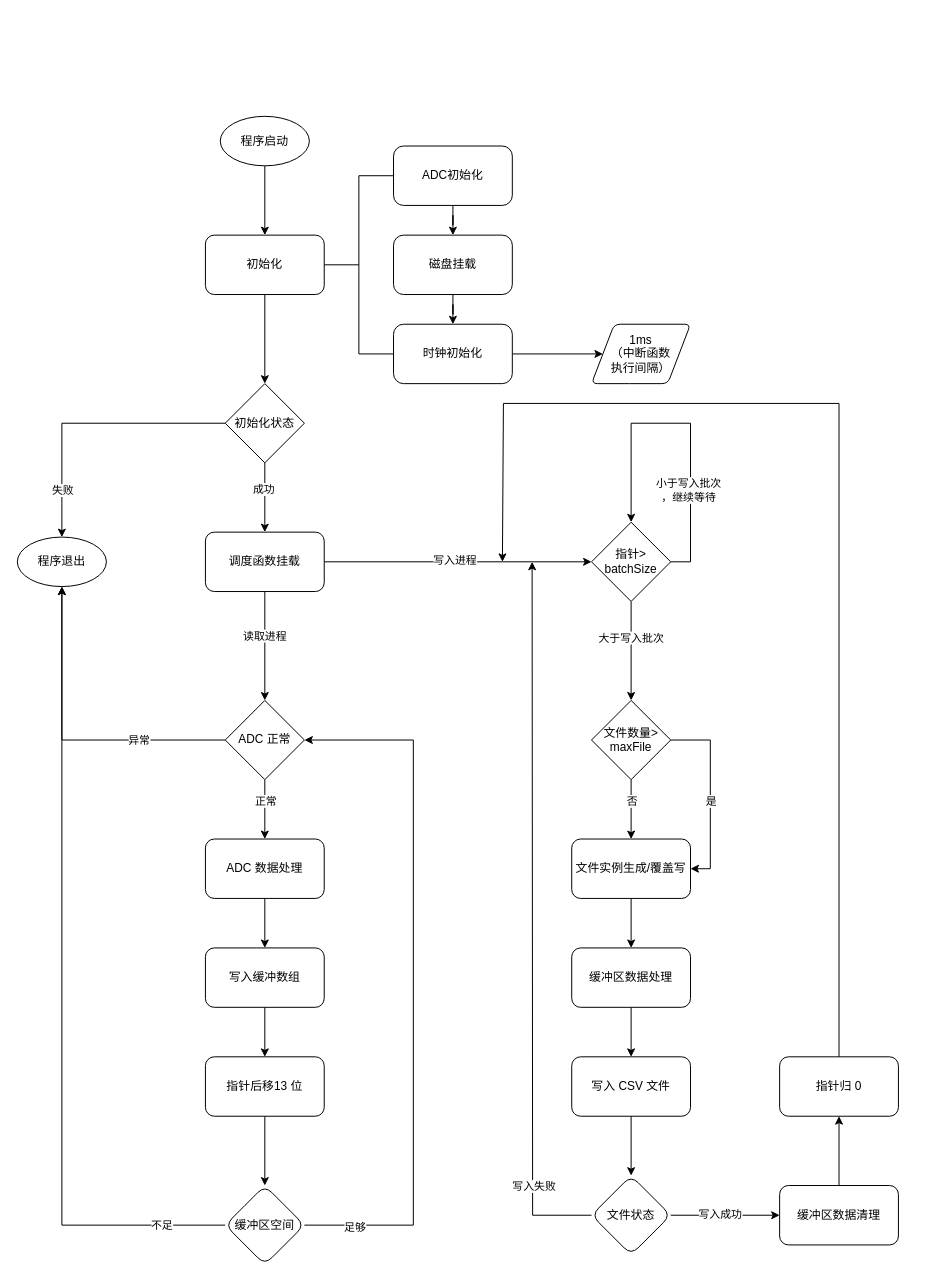
The draw.io diagram ADC 采样流程图.drawio in huhupush/huhupush, before the edit. Source tidied: cells renumbered, new cells numbered last; positions are measured from the earlier drawing's top-left corner, leaving out a move shared by most shapes. Both pictures are drawn from the tidied source at 99%, with x=0, y=0 at pixel (17, 116).
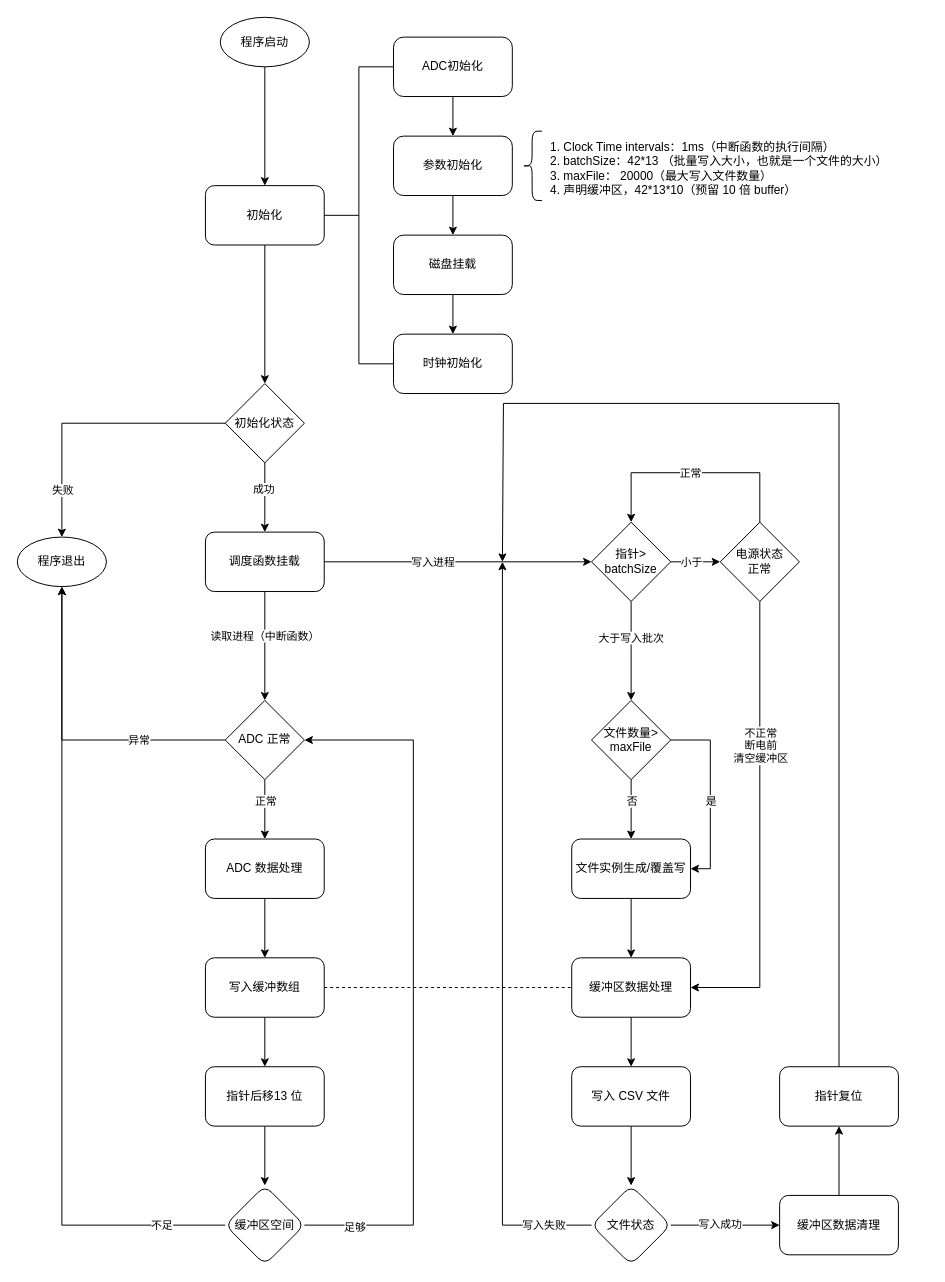
Above is the later version.

Commit message (it also covers changes not shown here):
更新ADC 采样流程图.drawio

Unchanged cells that the change refers to:
```xml
<mxCell id="10" value="磁盘挂载" style="rounded=1;whiteSpace=wrap;html=1;arcSize=17;" parent="1" vertex="1">
  <mxGeometry x="380" y="120" width="120" height="60" as="geometry" />
</mxCell>
<mxCell id="18" style="edgeStyle=orthogonalEdgeStyle;rounded=0;jettySize=auto;html=1;" parent="1" edge="1" source="22">
  <mxGeometry relative="1" as="geometry">
    <mxPoint x="580" y="450" as="targetPoint" />
  </mxGeometry>
</mxCell>
<mxCell id="20" style="edgeStyle=orthogonalEdgeStyle;rounded=0;jettySize=auto;html=1;entryX=0.5;entryY=0;entryDx=0;entryDy=0;" parent="1" edge="1" source="22" target="28">
  <mxGeometry relative="1" as="geometry" />
</mxCell>
<mxCell id="45" value="指针&amp;gt;&lt;br&gt;batchSize" style="rhombus;whiteSpace=wrap;html=1;" parent="1" vertex="1">
  <mxGeometry x="580" y="410" width="80" height="80" as="geometry" />
</mxCell>
```

Change to the diagram source:
```diff
@@
     <mxCell id="3" value="程序启动" style="ellipse;whiteSpace=wrap;html=1;" parent="1" vertex="1">
-      <mxGeometry x="205" width="90" height="50" as="geometry" />
+      <mxGeometry x="205" y="-100" width="90" height="50" as="geometry" />
     </mxCell>
@@
     <mxCell id="5" value="初始化" style="rounded=1;whiteSpace=wrap;html=1;" parent="1" vertex="1">
-      <mxGeometry x="190" y="120" width="120" height="60" as="geometry" />
+      <mxGeometry x="190" y="70" width="120" height="60" as="geometry" />
     </mxCell>
     <mxCell id="6" style="strokeWidth=1;html=1;shape=mxgraph.flowchart.annotation_2;align=left;labelPosition=right;" parent="1" vertex="1">
-      <mxGeometry x="310" y="60" width="70" height="180" as="geometry" />
+      <mxGeometry x="310" y="-50" width="70" height="300" as="geometry" />
     </mxCell>
-    <mxCell id="7" style="edgeStyle=orthogonalEdgeStyle;rounded=0;jettySize=auto;html=1;" parent="1" edge="1" source="8" target="10">
-      <mxGeometry relative="1" as="geometry" />
-    </mxCell>
+    <mxCell id="66" style="edgeStyle=orthogonalEdgeStyle;rounded=0;jettySize=auto;html=1;exitX=0.5;exitY=1;exitDx=0;exitDy=0;entryX=0.5;entryY=0;entryDx=0;entryDy=0;" parent="1" edge="1" source="8" target="71">
+      <mxGeometry relative="1" as="geometry" />
+    </mxCell>
     <mxCell id="8" value="ADC初始化" style="rounded=1;whiteSpace=wrap;html=1;arcSize=17;" parent="1" vertex="1">
-      <mxGeometry x="380" y="30" width="120" height="60" as="geometry" />
+      <mxGeometry x="380" y="-80" width="120" height="60" as="geometry" />
     </mxCell>
-    <mxCell id="9" style="edgeStyle=orthogonalEdgeStyle;rounded=0;jettySize=auto;html=1;" parent="1" edge="1" source="10" target="12">
+    <mxCell id="9" style="edgeStyle=orthogonalEdgeStyle;rounded=0;jettySize=auto;html=1;exitX=0.5;exitY=1;exitDx=0;exitDy=0;entryX=0.5;entryY=0;entryDx=0;entryDy=0;" parent="1" edge="1" source="10" target="12">
       <mxGeometry relative="1" as="geometry" />
     </mxCell>
@@
-    <mxCell id="11" style="edgeStyle=orthogonalEdgeStyle;rounded=0;jettySize=auto;html=1;" parent="1" edge="1" source="12" target="40">
-      <mxGeometry relative="1" as="geometry" />
-    </mxCell>
-    <mxCell id="12" value="时钟初始化" style="rounded=1;whiteSpace=wrap;html=1;arcSize=17;" parent="1" vertex="1">
-      <mxGeometry x="380" y="210" width="120" height="60" as="geometry" />
+    <mxCell id="12" value="时钟初始化&lt;br&gt;" style="rounded=1;whiteSpace=wrap;html=1;arcSize=17;" parent="1" vertex="1">
+      <mxGeometry x="380" y="220" width="120" height="60" as="geometry" />
     </mxCell>
@@
     <mxCell id="19" value="写入进程" style="edgeLabel;html=1;align=center;verticalAlign=middle;" parent="18" vertex="1">
-      <mxGeometry x="-0.03" y="2" relative="1" as="geometry" />
+      <mxGeometry x="-0.03" y="2" relative="1" as="geometry">
+        <mxPoint x="-22" y="2" as="offset" />
+      </mxGeometry>
     </mxCell>
@@
-    <mxCell id="21" value="读取进程" style="edgeLabel;html=1;align=center;verticalAlign=middle;" parent="20" vertex="1">
+    <mxCell id="21" value="读取进程（中断函数）" style="edgeLabel;html=1;align=center;verticalAlign=middle;" parent="20" vertex="1">
       <mxGeometry x="-0.2" y="-1" relative="1" as="geometry" />
     </mxCell>
@@
     <mxCell id="32" value="指针后移13 位" style="whiteSpace=wrap;html=1;rounded=1;" parent="1" vertex="1">
-      <mxGeometry x="190" y="950" width="120" height="60" as="geometry" />
+      <mxGeometry x="190" y="960" width="120" height="60" as="geometry" />
     </mxCell>
@@
+    <mxCell id="67" style="edgeStyle=orthogonalEdgeStyle;rounded=0;jettySize=auto;html=1;exitX=1;exitY=0.5;exitDx=0;exitDy=0;entryX=0;entryY=0.5;entryDx=0;entryDy=0;endArrow=none;endFill=0;dashed=1;" parent="1" edge="1" source="34" target="54">
+      <mxGeometry relative="1" as="geometry" />
+    </mxCell>
     <mxCell id="34" value="写入缓冲数组" style="rounded=1;whiteSpace=wrap;html=1;" parent="1" vertex="1">
-      <mxGeometry x="190" y="840" width="120" height="60" as="geometry" />
+      <mxGeometry x="190" y="850" width="120" height="60" as="geometry" />
     </mxCell>
@@
-    <mxCell id="40" value="1ms &lt;br&gt;（中断函数&lt;br&gt;执行间隔）" style="shape=parallelogram;html=1;strokeWidth=1;perimeter=parallelogramPerimeter;whiteSpace=wrap;rounded=1;arcSize=12;size=0.23;" parent="1" vertex="1">
-      <mxGeometry x="580" y="210" width="100" height="60" as="geometry" />
-    </mxCell>
@@
-    <mxCell id="43" style="edgeStyle=orthogonalEdgeStyle;rounded=0;orthogonalLoop=1;jettySize=auto;html=1;exitX=1;exitY=0.5;exitDx=0;exitDy=0;entryX=0.5;entryY=0;entryDx=0;entryDy=0;" parent="1" edge="1" source="45" target="45">
-      <mxGeometry relative="1" as="geometry">
-        <Array as="points">
-          <mxPoint x="680" y="450" />
-          <mxPoint x="680" y="310" />
-          <mxPoint x="620" y="310" />
-        </Array>
-      </mxGeometry>
-    </mxCell>
-    <mxCell id="44" value="小于写入批次&lt;br&gt;，继续等待" style="edgeLabel;html=1;align=center;verticalAlign=middle;" parent="43" vertex="1">
-      <mxGeometry x="-0.42" y="3" relative="1" as="geometry" />
-    </mxCell>
+    <mxCell id="68" style="edgeStyle=orthogonalEdgeStyle;rounded=0;jettySize=auto;html=1;" parent="1" edge="1" source="45" target="78">
+      <mxGeometry relative="1" as="geometry" />
+    </mxCell>
+    <mxCell id="69" value="小于" style="edgeLabel;html=1;align=center;verticalAlign=middle;" parent="68" vertex="1">
+      <mxGeometry x="-0.2" y="5" relative="1" as="geometry">
+        <mxPoint y="5" as="offset" />
+      </mxGeometry>
+    </mxCell>
@@
     <mxCell id="54" value="缓冲区数据处理" style="rounded=1;whiteSpace=wrap;html=1;" parent="1" vertex="1">
-      <mxGeometry x="560" y="840" width="120" height="60" as="geometry" />
+      <mxGeometry x="560" y="850" width="120" height="60" as="geometry" />
     </mxCell>
@@
     <mxCell id="56" value="写入 CSV 文件" style="rounded=1;whiteSpace=wrap;html=1;" parent="1" vertex="1">
-      <mxGeometry x="560" y="950" width="120" height="60" as="geometry" />
+      <mxGeometry x="560" y="960" width="120" height="60" as="geometry" />
     </mxCell>
     <mxCell id="57" style="edgeStyle=orthogonalEdgeStyle;rounded=0;jettySize=auto;html=1;exitX=0;exitY=0.5;exitDx=0;exitDy=0;" parent="1" edge="1" source="61">
       <mxGeometry relative="1" as="geometry">
-        <mxPoint x="520" y="450" as="targetPoint" />
+        <mxPoint x="490" y="450" as="targetPoint" />
+        <Array as="points">
+          <mxPoint x="490" y="1120" />
+        </Array>
       </mxGeometry>
     </mxCell>
     <mxCell id="58" value="写入失败" style="edgeLabel;html=1;align=center;verticalAlign=middle;" parent="57" vertex="1">
       <mxGeometry x="-0.91" y="1" relative="1" as="geometry">
-        <mxPoint x="-27" y="-31" as="offset" />
+        <mxPoint x="-15" y="-2" as="offset" />
       </mxGeometry>
     </mxCell>
@@
     <mxCell id="61" value="文件状态" style="rhombus;whiteSpace=wrap;html=1;rounded=1;" parent="1" vertex="1">
-      <mxGeometry x="580" y="1070" width="80" height="80" as="geometry" />
+      <mxGeometry x="580" y="1080" width="80" height="80" as="geometry" />
     </mxCell>
@@
     <mxCell id="64" value="缓冲区数据清理" style="whiteSpace=wrap;html=1;rounded=1;" parent="1" vertex="1">
-      <mxGeometry x="770" y="1080" width="120" height="60" as="geometry" />
+      <mxGeometry x="770" y="1090" width="120" height="60" as="geometry" />
     </mxCell>
-    <mxCell id="65" value="指针归 0" style="whiteSpace=wrap;html=1;rounded=1;" parent="1" vertex="1">
-      <mxGeometry x="770" y="950" width="120" height="60" as="geometry" />
+    <mxCell id="65" value="指针复位" style="whiteSpace=wrap;html=1;rounded=1;" parent="1" vertex="1">
+      <mxGeometry x="770" y="960" width="120" height="60" as="geometry" />
     </mxCell>
+    <mxCell id="70" style="edgeStyle=orthogonalEdgeStyle;rounded=0;jettySize=auto;html=1;exitX=0.5;exitY=1;exitDx=0;exitDy=0;entryX=0.5;entryY=0;entryDx=0;entryDy=0;" parent="1" edge="1" source="71" target="10">
+      <mxGeometry relative="1" as="geometry" />
+    </mxCell>
+    <mxCell id="71" value="参数初始化" style="rounded=1;whiteSpace=wrap;html=1;arcSize=17;" parent="1" vertex="1">
+      <mxGeometry x="380" y="20" width="120" height="60" as="geometry" />
+    </mxCell>
+    <mxCell id="72" value="&lt;ol&gt;&lt;li&gt;Clock Time&amp;nbsp;intervals：1ms（中断函数的执行间隔）&lt;/li&gt;&lt;li&gt;batchSize：42*13 （批量写入大小，也就是一个文件的大小）&lt;/li&gt;&lt;li&gt;maxFile： 20000（最大写入文件数量）&lt;/li&gt;&lt;li&gt;声明缓冲区，42*13*10（预留 10 倍 buffer）&lt;/li&gt;&lt;/ol&gt;" style="text;strokeColor=none;fillColor=none;html=1;whiteSpace=wrap;verticalAlign=top;overflow=hidden;spacingBottom=6;spacingTop=1;" parent="1" vertex="1">
+      <mxGeometry x="510" y="5" width="410" height="80" as="geometry" />
+    </mxCell>
+    <mxCell id="73" style="shape=curlyBracket;whiteSpace=wrap;html=1;rounded=1;labelPosition=left;verticalLabelPosition=middle;align=right;verticalAlign=middle;" parent="1" vertex="1">
+      <mxGeometry x="510" y="15" width="20" height="70" as="geometry" />
+    </mxCell>
+    <mxCell id="74" style="edgeStyle=orthogonalEdgeStyle;rounded=0;jettySize=auto;html=1;exitX=0.5;exitY=1;exitDx=0;exitDy=0;entryX=1;entryY=0.5;entryDx=0;entryDy=0;" parent="1" edge="1" source="78" target="54">
+      <mxGeometry relative="1" as="geometry" />
+    </mxCell>
+    <mxCell id="75" value="不正常&lt;br&gt;断电前&lt;br&gt;清空缓冲区" style="edgeLabel;html=1;align=center;verticalAlign=middle;" parent="74" vertex="1">
+      <mxGeometry x="-0.37" relative="1" as="geometry" />
+    </mxCell>
+    <mxCell id="76" style="edgeStyle=orthogonalEdgeStyle;rounded=0;jettySize=auto;html=1;exitX=0.5;exitY=0;exitDx=0;exitDy=0;entryX=0.5;entryY=0;entryDx=0;entryDy=0;" parent="1" edge="1" source="78" target="45">
+      <mxGeometry relative="1" as="geometry">
+        <Array as="points">
+          <mxPoint x="750" y="360" />
+          <mxPoint x="620" y="360" />
+        </Array>
+      </mxGeometry>
+    </mxCell>
+    <mxCell id="77" value="正常" style="edgeLabel;html=1;align=center;verticalAlign=middle;" parent="76" vertex="1">
+      <mxGeometry x="0.11" y="3" relative="1" as="geometry">
+        <mxPoint x="7" y="-3" as="offset" />
+      </mxGeometry>
+    </mxCell>
+    <mxCell id="78" value="电源状态&lt;br&gt;正常" style="rhombus;whiteSpace=wrap;html=1;" parent="1" vertex="1">
+      <mxGeometry x="710" y="410" width="80" height="80" as="geometry" />
+    </mxCell>
```
